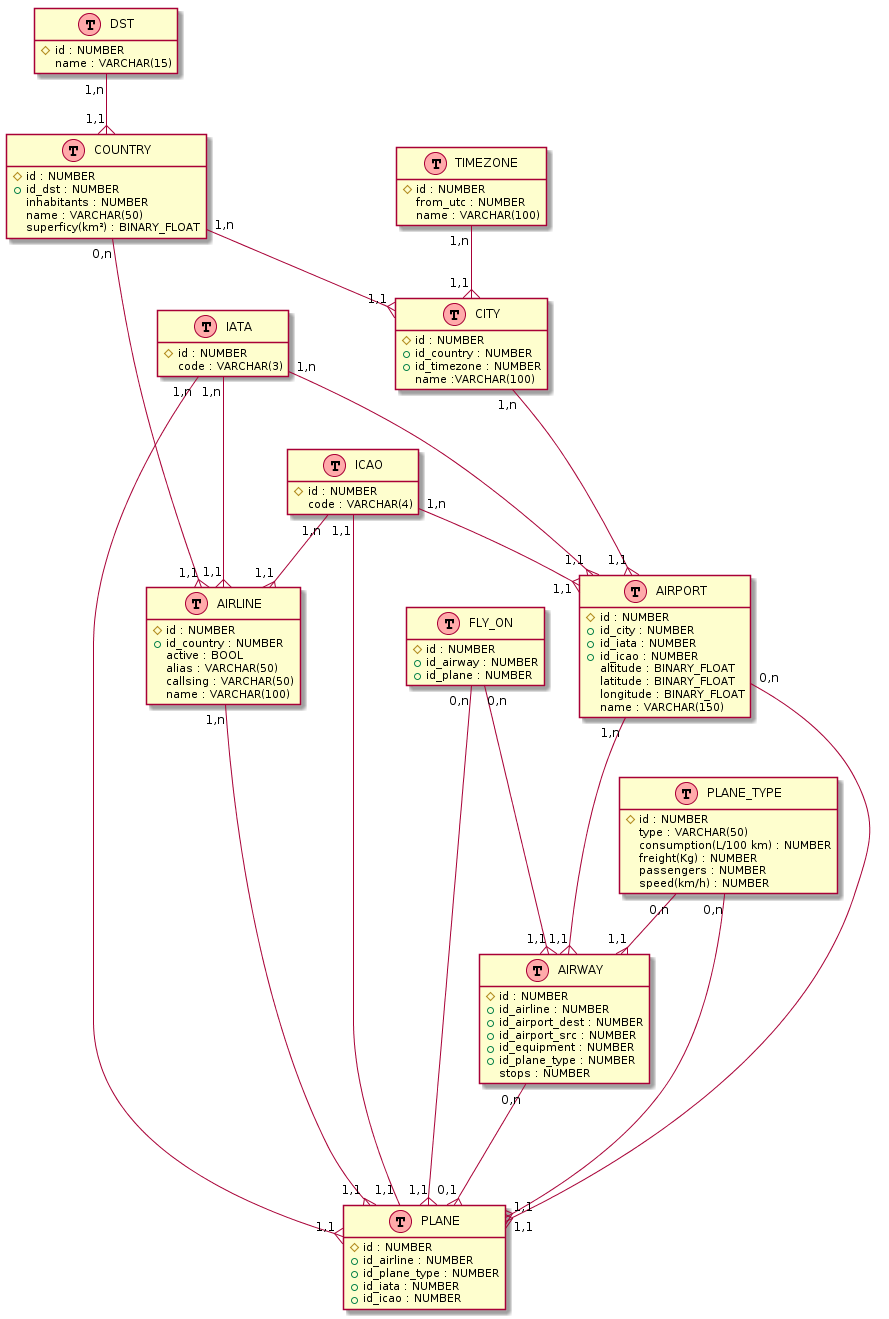
The PlantUML diagram resources/database_modelisation/modelisation.png in pBouillon/OpenFlightStatisticsAggregator, before a commit.
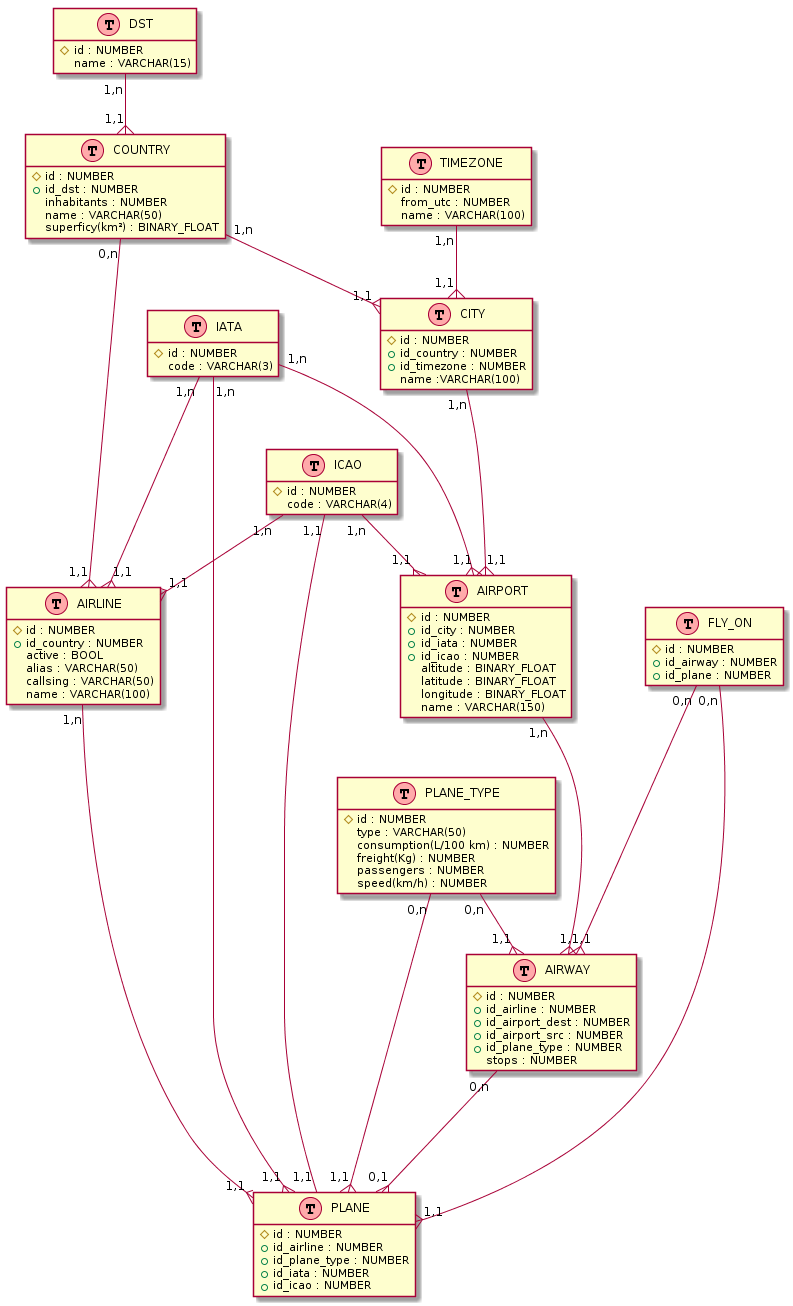
The same file after the commit.

Commit message:
delete id_equipement of table airway

The edit, as a diff of the source:
```diff
@@ -87,7 +87,6 @@
     {field} +id_airline : NUMBER
     {field} +id_airport_dest : NUMBER
     {field} +id_airport_src : NUMBER
-    {field} +id_equipment : NUMBER
     {field} +id_plane_type : NUMBER
     {field} stops : NUMBER
 }
@@ -95,7 +94,6 @@
 AIRLINE "1,n" -{ "1,1" PLANE
 
 AIRPORT "1,n" ---{ "1,1" AIRWAY
-AIRPORT "0,n" ---{ "1,1" PLANE
 
 AIRWAY "0,n" ---{ "0,1" PLANE
 
```
